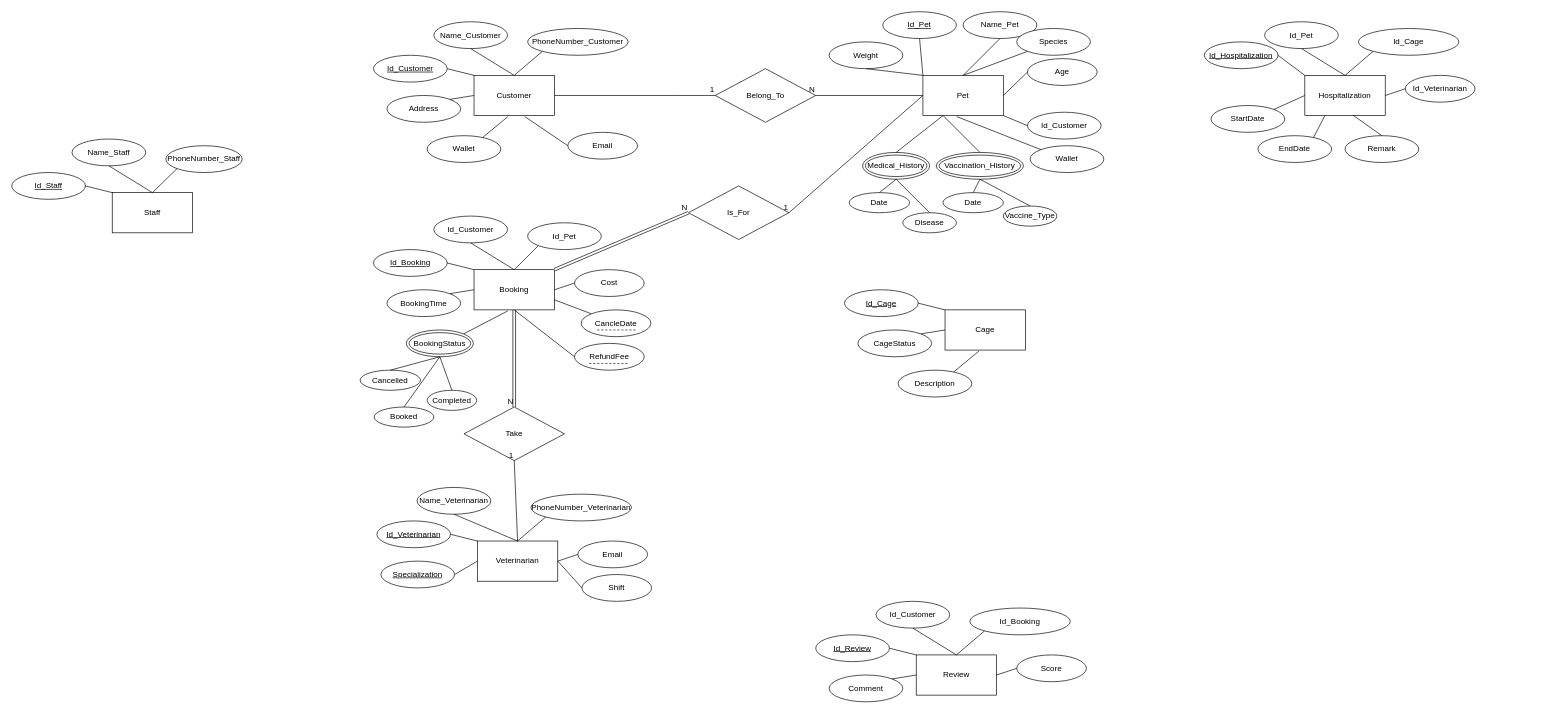
This is ERDOfProject.drawio from haq1904/PetHealthCareSystemProject, a draw.io file, before an edit. Source tidied: cells renumbered, new cells numbered last; positions are measured from the earlier drawing's top-left corner, leaving out a move shared by most shapes. Both pictures are drawn from the tidied source at 67%, with x=0, y=0 at pixel (11, 11).
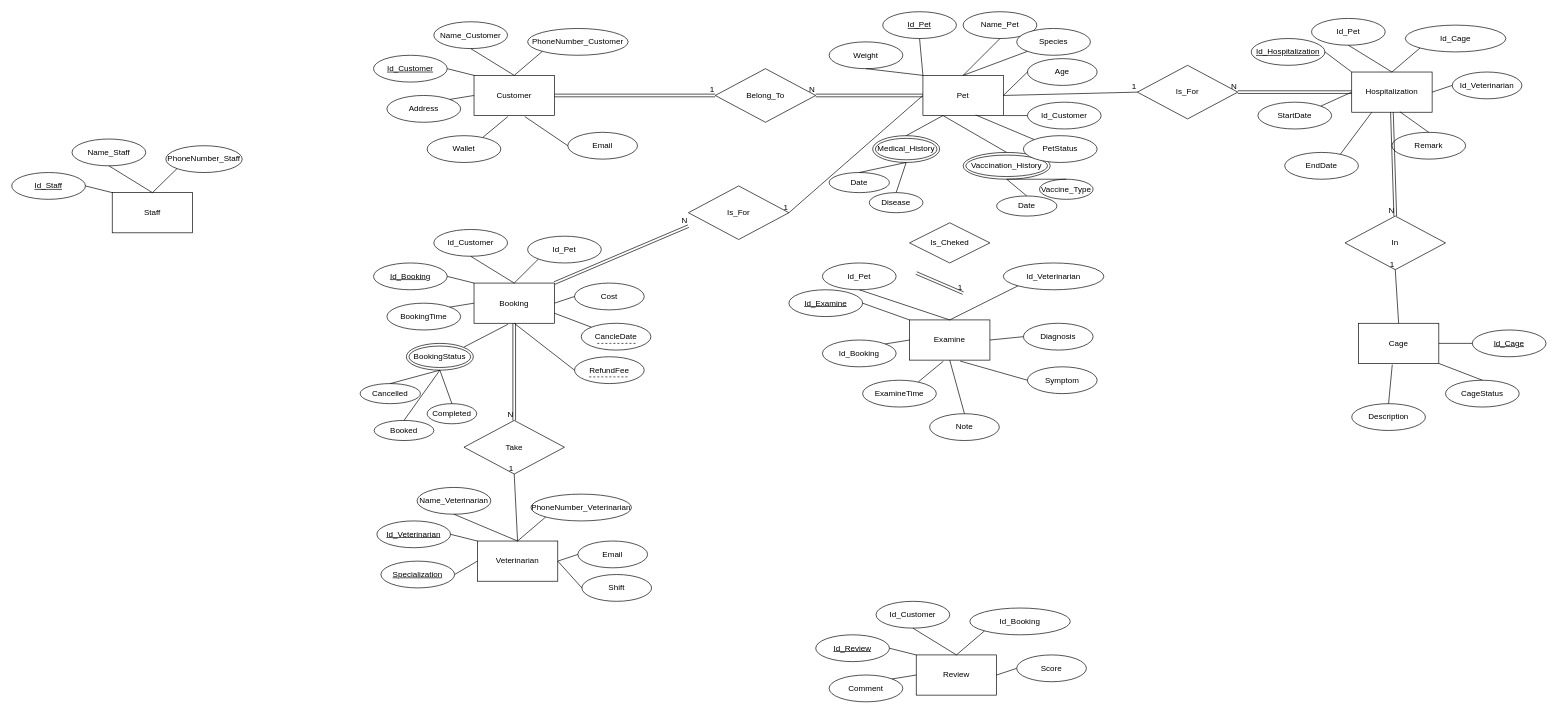
The same diagram, later.

Commit message (it also covers changes not shown here):
Cập nhật ERDOfProject.drawio

Unchanged cells that the change refers to:
```xml
<mxCell id="2" value="Customer" style="rounded=0;whiteSpace=wrap;html=1;" parent="1" vertex="1">
  <mxGeometry x="690" y="95" width="120" height="60" as="geometry" />
</mxCell>
<mxCell id="15" value="Pet" style="rounded=0;whiteSpace=wrap;html=1;" parent="1" vertex="1">
  <mxGeometry x="1360" y="95" width="120" height="60" as="geometry" />
</mxCell>
<mxCell id="120" value="Belong_To" style="rhombus;whiteSpace=wrap;html=1;" parent="1" vertex="1">
  <mxGeometry x="1050" y="85" width="150" height="80" as="geometry" />
</mxCell>
<mxCell id="125" value="Is_For" style="rhombus;whiteSpace=wrap;html=1;" parent="1" vertex="1">
  <mxGeometry x="1010" y="260" width="150" height="80" as="geometry" />
</mxCell>
```

Change to the diagram source:
```diff
@@
-    <mxCell id="21" value="Wallet" style="ellipse;whiteSpace=wrap;html=1;" parent="1" vertex="1">
-      <mxGeometry x="1520" y="200" width="110" height="40" as="geometry" />
-    </mxCell>
@@
-    <mxCell id="27" style="endArrow=none;html=1;rounded=0;entryX=0.421;entryY=1.026;entryDx=0;entryDy=0;entryPerimeter=0;exitX=0;exitY=0;exitDx=0;exitDy=0;" parent="1" edge="1" source="21" target="15">
-      <mxGeometry relative="1" as="geometry" />
-    </mxCell>
     <mxCell id="28" value="Id_Customer" style="ellipse;whiteSpace=wrap;html=1;" parent="1" vertex="1">
-      <mxGeometry x="1516" y="150" width="110" height="40" as="geometry" />
+      <mxGeometry x="1516" y="135" width="110" height="40" as="geometry" />
     </mxCell>
@@
     <mxCell id="30" value="Medical_History" style="ellipse;shape=doubleEllipse;whiteSpace=wrap;html=1;" parent="1" vertex="1">
-      <mxGeometry x="1270" y="210" width="100" height="40" as="geometry" />
+      <mxGeometry x="1285" y="185" width="100" height="40" as="geometry" />
     </mxCell>
     <mxCell id="31" value="Vaccination_History" style="ellipse;shape=doubleEllipse;whiteSpace=wrap;html=1;" parent="1" vertex="1">
-      <mxGeometry x="1380" y="210" width="130" height="40" as="geometry" />
+      <mxGeometry x="1420" y="210" width="130" height="40" as="geometry" />
     </mxCell>
@@
     <mxCell id="34" value="Disease" style="ellipse;whiteSpace=wrap;html=1;" parent="1" vertex="1">
-      <mxGeometry x="1330" y="300" width="80" height="30" as="geometry" />
+      <mxGeometry x="1280" y="270" width="80" height="30" as="geometry" />
     </mxCell>
     <mxCell id="35" value="Date" style="ellipse;whiteSpace=wrap;html=1;" parent="1" vertex="1">
-      <mxGeometry x="1250" y="270" width="90" height="30" as="geometry" />
+      <mxGeometry x="1220" y="240" width="90" height="30" as="geometry" />
     </mxCell>
     <mxCell id="36" value="Vaccine_Type" style="ellipse;whiteSpace=wrap;html=1;" parent="1" vertex="1">
-      <mxGeometry x="1480" y="290" width="80" height="30" as="geometry" />
+      <mxGeometry x="1534" y="250" width="80" height="30" as="geometry" />
     </mxCell>
     <mxCell id="37" value="Date" style="ellipse;whiteSpace=wrap;html=1;" parent="1" vertex="1">
-      <mxGeometry x="1390" y="270" width="90" height="30" as="geometry" />
+      <mxGeometry x="1470" y="275" width="90" height="30" as="geometry" />
     </mxCell>
@@
     <mxCell id="60" value="Booking" style="rounded=0;whiteSpace=wrap;html=1;" parent="1" vertex="1">
-      <mxGeometry x="690" y="385" width="120" height="60" as="geometry" />
+      <mxGeometry x="690" y="405" width="120" height="60" as="geometry" />
     </mxCell>
     <mxCell id="61" value="&lt;u&gt;Id_Booking&lt;/u&gt;" style="ellipse;whiteSpace=wrap;html=1;" parent="1" vertex="1">
-      <mxGeometry x="540" y="355" width="110" height="40" as="geometry" />
+      <mxGeometry x="540" y="375" width="110" height="40" as="geometry" />
     </mxCell>
     <mxCell id="62" value="BookingTime" style="ellipse;whiteSpace=wrap;html=1;" parent="1" vertex="1">
-      <mxGeometry x="560" y="415" width="110" height="40" as="geometry" />
+      <mxGeometry x="560" y="435" width="110" height="40" as="geometry" />
     </mxCell>
     <mxCell id="63" value="Id_Customer" style="ellipse;whiteSpace=wrap;html=1;" parent="1" vertex="1">
-      <mxGeometry x="630" y="305" width="110" height="40" as="geometry" />
+      <mxGeometry x="630" y="325" width="110" height="40" as="geometry" />
     </mxCell>
     <mxCell id="64" value="Id_Pet" style="ellipse;whiteSpace=wrap;html=1;" parent="1" vertex="1">
-      <mxGeometry x="770" y="315" width="110" height="40" as="geometry" />
+      <mxGeometry x="770" y="335" width="110" height="40" as="geometry" />
     </mxCell>
     <mxCell id="65" value="Cost" style="ellipse;whiteSpace=wrap;html=1;" parent="1" vertex="1">
-      <mxGeometry x="840" y="385" width="104" height="40" as="geometry" />
+      <mxGeometry x="840" y="405" width="104" height="40" as="geometry" />
     </mxCell>
@@
     <mxCell id="74" value="BookingStatus" style="ellipse;shape=doubleEllipse;whiteSpace=wrap;html=1;" parent="1" vertex="1">
-      <mxGeometry x="589" y="475" width="100" height="40" as="geometry" />
+      <mxGeometry x="589" y="495" width="100" height="40" as="geometry" />
     </mxCell>
     <mxCell id="75" value="Cancelled" style="ellipse;whiteSpace=wrap;html=1;" parent="1" vertex="1">
-      <mxGeometry x="520" y="535" width="90" height="30" as="geometry" />
+      <mxGeometry x="520" y="555" width="90" height="30" as="geometry" />
     </mxCell>
     <mxCell id="76" value="Booked" style="ellipse;whiteSpace=wrap;html=1;" parent="1" vertex="1">
-      <mxGeometry x="541" y="590" width="89" height="30" as="geometry" />
+      <mxGeometry x="541" y="610" width="89" height="30" as="geometry" />
     </mxCell>
     <mxCell id="77" value="Completed" style="ellipse;whiteSpace=wrap;html=1;" parent="1" vertex="1">
-      <mxGeometry x="620" y="565" width="74" height="30" as="geometry" />
+      <mxGeometry x="620" y="585" width="74" height="30" as="geometry" />
     </mxCell>
@@
     <mxCell id="81" value="CancleDate" style="ellipse;whiteSpace=wrap;html=1;" parent="1" vertex="1">
-      <mxGeometry x="850" y="445" width="104" height="40" as="geometry" />
+      <mxGeometry x="850" y="465" width="104" height="40" as="geometry" />
     </mxCell>
     <mxCell id="82" style="endArrow=none;dashed=1;html=1;rounded=0;" parent="1" edge="1">
       <mxGeometry relative="1" as="geometry">
-        <mxPoint x="874" y="475" as="sourcePoint" />
-        <mxPoint x="934" y="475" as="targetPoint" />
+        <mxPoint x="874" y="495" as="sourcePoint" />
+        <mxPoint x="934" y="495" as="targetPoint" />
         <Array as="points">
-          <mxPoint x="894" y="475" />
+          <mxPoint x="894" y="495" />
         </Array>
       </mxGeometry>
     </mxCell>
@@
     <mxCell id="84" value="RefundFee" style="ellipse;whiteSpace=wrap;html=1;" parent="1" vertex="1">
-      <mxGeometry x="840" y="495" width="104" height="40" as="geometry" />
+      <mxGeometry x="840" y="515" width="104" height="40" as="geometry" />
     </mxCell>
     <mxCell id="85" style="endArrow=none;dashed=1;html=1;rounded=0;" parent="1" edge="1">
       <mxGeometry relative="1" as="geometry">
-        <mxPoint x="862" y="525" as="sourcePoint" />
-        <mxPoint x="922" y="525" as="targetPoint" />
+        <mxPoint x="862" y="545" as="sourcePoint" />
+        <mxPoint x="922" y="545" as="targetPoint" />
         <Array as="points">
-          <mxPoint x="882" y="525" />
+          <mxPoint x="882" y="545" />
         </Array>
       </mxGeometry>
     </mxCell>
@@
     <mxCell id="87" value="Cage" style="rounded=0;whiteSpace=wrap;html=1;" parent="1" vertex="1">
-      <mxGeometry x="1393" y="445" width="120" height="60" as="geometry" />
+      <mxGeometry x="2010" y="465" width="120" height="60" as="geometry" />
     </mxCell>
     <mxCell id="88" value="&lt;u&gt;Id_Cage&lt;/u&gt;" style="ellipse;whiteSpace=wrap;html=1;" parent="1" vertex="1">
-      <mxGeometry x="1243" y="415" width="110" height="40" as="geometry" />
+      <mxGeometry x="2180" y="475" width="110" height="40" as="geometry" />
     </mxCell>
     <mxCell id="89" value="CageStatus" style="ellipse;whiteSpace=wrap;html=1;" parent="1" vertex="1">
-      <mxGeometry x="1263" y="475" width="110" height="40" as="geometry" />
+      <mxGeometry x="2140" y="550" width="110" height="40" as="geometry" />
     </mxCell>
     <mxCell id="90" value="Description" style="ellipse;whiteSpace=wrap;html=1;" parent="1" vertex="1">
-      <mxGeometry x="1323" y="535" width="110" height="40" as="geometry" />
+      <mxGeometry x="2000" y="585" width="110" height="40" as="geometry" />
     </mxCell>
-    <mxCell id="91" style="endArrow=none;html=1;rounded=0;exitX=1;exitY=0.5;exitDx=0;exitDy=0;entryX=0;entryY=0;entryDx=0;entryDy=0;" parent="1" edge="1" source="88" target="87">
+    <mxCell id="91" style="endArrow=none;html=1;rounded=0;entryX=1;entryY=0.5;entryDx=0;entryDy=0;exitX=0;exitY=0.5;exitDx=0;exitDy=0;" parent="1" edge="1" source="88" target="87">
       <mxGeometry relative="1" as="geometry" />
     </mxCell>
-    <mxCell id="92" style="endArrow=none;html=1;rounded=0;exitX=1;exitY=0;exitDx=0;exitDy=0;entryX=0;entryY=0.5;entryDx=0;entryDy=0;" parent="1" edge="1" source="89" target="87">
+    <mxCell id="92" style="endArrow=none;html=1;rounded=0;exitX=0.5;exitY=0;exitDx=0;exitDy=0;entryX=1;entryY=1;entryDx=0;entryDy=0;" parent="1" edge="1" source="89" target="87">
       <mxGeometry relative="1" as="geometry" />
     </mxCell>
-    <mxCell id="93" style="endArrow=none;html=1;rounded=0;entryX=0.421;entryY=1.026;entryDx=0;entryDy=0;entryPerimeter=0;exitX=0.756;exitY=0.062;exitDx=0;exitDy=0;exitPerimeter=0;" parent="1" edge="1" source="90" target="87">
+    <mxCell id="93" style="endArrow=none;html=1;rounded=0;entryX=0.421;entryY=1.026;entryDx=0;entryDy=0;entryPerimeter=0;exitX=0.5;exitY=0;exitDx=0;exitDy=0;" parent="1" edge="1" source="90" target="87">
       <mxGeometry relative="1" as="geometry" />
     </mxCell>
     <mxCell id="94" value="Hospitalization" style="rounded=0;whiteSpace=wrap;html=1;" parent="1" vertex="1">
-      <mxGeometry x="1930" y="95" width="120" height="60" as="geometry" />
+      <mxGeometry x="2000" y="90" width="120" height="60" as="geometry" />
     </mxCell>
     <mxCell id="95" value="&lt;u&gt;Id_Hospitalization&lt;/u&gt;" style="ellipse;whiteSpace=wrap;html=1;" parent="1" vertex="1">
-      <mxGeometry x="1780" y="45" width="110" height="40" as="geometry" />
+      <mxGeometry x="1850" y="40" width="110" height="40" as="geometry" />
     </mxCell>
     <mxCell id="96" value="StartDate" style="ellipse;whiteSpace=wrap;html=1;" parent="1" vertex="1">
-      <mxGeometry x="1790" y="140" width="110" height="40" as="geometry" />
+      <mxGeometry x="1860" y="135" width="110" height="40" as="geometry" />
     </mxCell>
     <mxCell id="97" value="Id_Pet" style="ellipse;whiteSpace=wrap;html=1;" parent="1" vertex="1">
-      <mxGeometry x="1870" y="15" width="110" height="40" as="geometry" />
+      <mxGeometry x="1940" y="10" width="110" height="40" as="geometry" />
     </mxCell>
     <mxCell id="98" value="Id_Cage" style="ellipse;whiteSpace=wrap;html=1;" parent="1" vertex="1">
-      <mxGeometry x="2010" y="25" width="150" height="40" as="geometry" />
+      <mxGeometry x="2080" y="20" width="150" height="40" as="geometry" />
     </mxCell>
     <mxCell id="99" value="Id_Veterinarian" style="ellipse;whiteSpace=wrap;html=1;" parent="1" vertex="1">
-      <mxGeometry x="2080" y="95" width="104" height="40" as="geometry" />
+      <mxGeometry x="2150" y="90" width="104" height="40" as="geometry" />
     </mxCell>
     <mxCell id="100" value="EndDate" style="ellipse;whiteSpace=wrap;html=1;" parent="1" vertex="1">
-      <mxGeometry x="1860" y="185" width="110" height="40" as="geometry" />
+      <mxGeometry x="1900" y="210" width="110" height="40" as="geometry" />
     </mxCell>
@@
     <mxCell id="107" value="Remark" style="ellipse;whiteSpace=wrap;html=1;" parent="1" vertex="1">
-      <mxGeometry x="1990" y="185" width="110" height="40" as="geometry" />
+      <mxGeometry x="2060" y="180" width="110" height="40" as="geometry" />
     </mxCell>
@@
-    <mxCell id="121" style="endArrow=none;html=1;rounded=0;exitX=1;exitY=0.5;exitDx=0;exitDy=0;entryX=0;entryY=0.5;entryDx=0;entryDy=0;" parent="1" edge="1" source="2" target="120">
-      <mxGeometry relative="1" as="geometry">
-        <Array as="points">
-          <mxPoint x="990" y="125" />
-        </Array>
-      </mxGeometry>
-    </mxCell>
-    <mxCell id="122" value="1" style="html=1;whiteSpace=wrap;align=right;verticalAlign=bottom;" parent="121" vertex="1">
-      <mxGeometry x="1" relative="1" as="geometry" />
-    </mxCell>
-    <mxCell id="123" style="endArrow=none;html=1;rounded=0;entryX=1;entryY=0.5;entryDx=0;entryDy=0;exitX=0;exitY=0.5;exitDx=0;exitDy=0;" parent="1" edge="1" source="15" target="120">
-      <mxGeometry relative="1" as="geometry" />
-    </mxCell>
-    <mxCell id="124" value="N" style="html=1;whiteSpace=wrap;align=right;verticalAlign=bottom;" parent="123" vertex="1">
-      <mxGeometry x="1" relative="1" as="geometry" />
-    </mxCell>
@@
     <mxCell id="128" value="Take" style="rhombus;whiteSpace=wrap;html=1;" parent="1" vertex="1">
-      <mxGeometry x="675" y="590" width="150" height="80" as="geometry" />
+      <mxGeometry x="675" y="610" width="150" height="80" as="geometry" />
     </mxCell>
@@
-    <mxCell id="131" style="shape=link;html=1;rounded=0;exitX=1;exitY=0;exitDx=0;exitDy=0;entryX=0;entryY=0.5;entryDx=0;entryDy=0;" parent="1" edge="1" source="60" target="125">
-      <mxGeometry relative="1" as="geometry" />
+    <mxCell id="131" style="shape=link;html=1;rounded=0;exitX=1;exitY=0;exitDx=0;exitDy=0;entryX=0;entryY=0.5;entryDx=0;entryDy=0;" parent="1" edge="1" source="60">
+      <mxGeometry relative="1" as="geometry">
+        <mxPoint x="1010" y="320" as="targetPoint" />
+      </mxGeometry>
     </mxCell>
@@
+    <mxCell id="121" style="shape=link;html=1;rounded=0;exitX=1;exitY=0.5;exitDx=0;exitDy=0;entryX=0;entryY=0.5;entryDx=0;entryDy=0;" parent="1" edge="1" source="2" target="120">
+      <mxGeometry relative="1" as="geometry" />
+    </mxCell>
+    <mxCell id="135" value="1" style="html=1;whiteSpace=wrap;align=right;verticalAlign=bottom;" parent="121" vertex="1">
+      <mxGeometry x="1" relative="1" as="geometry" />
+    </mxCell>
+    <mxCell id="123" style="shape=link;html=1;rounded=0;entryX=1;entryY=0.5;entryDx=0;entryDy=0;exitX=0;exitY=0.5;exitDx=0;exitDy=0;" parent="1" edge="1" source="15" target="120">
+      <mxGeometry relative="1" as="geometry" />
+    </mxCell>
+    <mxCell id="136" value="N" style="html=1;whiteSpace=wrap;align=right;verticalAlign=bottom;" parent="123" vertex="1">
+      <mxGeometry x="1" relative="1" as="geometry" />
+    </mxCell>
+    <mxCell id="137" value="Is_For" style="rhombus;whiteSpace=wrap;html=1;" parent="1" vertex="1">
+      <mxGeometry x="1680" y="80" width="150" height="80" as="geometry" />
+    </mxCell>
+    <mxCell id="138" style="shape=link;html=1;rounded=0;entryX=1;entryY=0.5;entryDx=0;entryDy=0;exitX=0;exitY=0.5;exitDx=0;exitDy=0;" parent="1" edge="1" source="94" target="137">
+      <mxGeometry relative="1" as="geometry" />
+    </mxCell>
+    <mxCell id="139" value="N" style="html=1;whiteSpace=wrap;align=right;verticalAlign=bottom;" parent="138" vertex="1">
+      <mxGeometry x="1" relative="1" as="geometry" />
+    </mxCell>
+    <mxCell id="140" style="endArrow=none;html=1;rounded=0;exitX=1;exitY=0.5;exitDx=0;exitDy=0;entryX=0;entryY=0.5;entryDx=0;entryDy=0;" parent="1" edge="1" source="15" target="137">
+      <mxGeometry relative="1" as="geometry" />
+    </mxCell>
+    <mxCell id="141" value="1" style="html=1;whiteSpace=wrap;align=right;verticalAlign=bottom;" parent="140" vertex="1">
+      <mxGeometry x="1" relative="1" as="geometry" />
+    </mxCell>
+    <mxCell id="142" value="In" style="rhombus;whiteSpace=wrap;html=1;" parent="1" vertex="1">
+      <mxGeometry x="1990" y="305" width="150" height="80" as="geometry" />
+    </mxCell>
+    <mxCell id="143" value="PetStatus" style="ellipse;whiteSpace=wrap;html=1;" parent="1" vertex="1">
+      <mxGeometry x="1510" y="185" width="110" height="40" as="geometry" />
+    </mxCell>
+    <mxCell id="144" style="endArrow=none;html=1;rounded=0;entryX=0.657;entryY=0.986;entryDx=0;entryDy=0;exitX=0;exitY=0;exitDx=0;exitDy=0;entryPerimeter=0;" parent="1" edge="1" source="143" target="15">
+      <mxGeometry relative="1" as="geometry" />
+    </mxCell>
+    <mxCell id="145" style="endArrow=none;html=1;rounded=0;entryX=0.5;entryY=1;entryDx=0;entryDy=0;exitX=0.5;exitY=0;exitDx=0;exitDy=0;" parent="1" edge="1" source="87" target="142">
+      <mxGeometry relative="1" as="geometry" />
+    </mxCell>
+    <mxCell id="146" value="1" style="html=1;whiteSpace=wrap;align=right;verticalAlign=bottom;" parent="145" vertex="1">
+      <mxGeometry x="1" relative="1" as="geometry" />
+    </mxCell>
+    <mxCell id="147" style="shape=link;html=1;rounded=0;entryX=0.5;entryY=0;entryDx=0;entryDy=0;exitX=0.5;exitY=1;exitDx=0;exitDy=0;" parent="1" edge="1" source="94" target="142">
+      <mxGeometry relative="1" as="geometry" />
+    </mxCell>
+    <mxCell id="148" value="N" style="html=1;whiteSpace=wrap;align=right;verticalAlign=bottom;" parent="147" vertex="1">
+      <mxGeometry x="1" relative="1" as="geometry" />
+    </mxCell>
+    <mxCell id="149" value="Examine" style="rounded=0;whiteSpace=wrap;html=1;" parent="1" vertex="1">
+      <mxGeometry x="1340" y="460" width="120" height="60" as="geometry" />
+    </mxCell>
+    <mxCell id="150" value="&lt;u&gt;Id_Examine&lt;/u&gt;" style="ellipse;whiteSpace=wrap;html=1;" parent="1" vertex="1">
+      <mxGeometry x="1160" y="415" width="110" height="40" as="geometry" />
+    </mxCell>
+    <mxCell id="151" value="Id_Booking" style="ellipse;whiteSpace=wrap;html=1;" parent="1" vertex="1">
+      <mxGeometry x="1210" y="490" width="110" height="40" as="geometry" />
+    </mxCell>
+    <mxCell id="152" value="Id_Pet" style="ellipse;whiteSpace=wrap;html=1;" parent="1" vertex="1">
+      <mxGeometry x="1210" y="375" width="110" height="40" as="geometry" />
+    </mxCell>
+    <mxCell id="153" value="Id_Veterinarian" style="ellipse;whiteSpace=wrap;html=1;" parent="1" vertex="1">
+      <mxGeometry x="1480" y="375" width="150" height="40" as="geometry" />
+    </mxCell>
+    <mxCell id="154" value="Symptom" style="ellipse;whiteSpace=wrap;html=1;" parent="1" vertex="1">
+      <mxGeometry x="1516" y="530" width="104" height="40" as="geometry" />
+    </mxCell>
+    <mxCell id="155" value="ExamineTime" style="ellipse;whiteSpace=wrap;html=1;" parent="1" vertex="1">
+      <mxGeometry x="1270" y="550" width="110" height="40" as="geometry" />
+    </mxCell>
+    <mxCell id="156" style="endArrow=none;html=1;rounded=0;exitX=0.5;exitY=0;exitDx=0;exitDy=0;entryX=0;entryY=1;entryDx=0;entryDy=0;" parent="1" edge="1" source="149" target="153">
+      <mxGeometry relative="1" as="geometry" />
+    </mxCell>
+    <mxCell id="157" style="endArrow=none;html=1;rounded=0;exitX=0.5;exitY=1;exitDx=0;exitDy=0;entryX=0.5;entryY=0;entryDx=0;entryDy=0;" parent="1" edge="1" source="152" target="149">
+      <mxGeometry relative="1" as="geometry" />
+    </mxCell>
+    <mxCell id="158" style="endArrow=none;html=1;rounded=0;entryX=0.631;entryY=1.024;entryDx=0;entryDy=0;exitX=0;exitY=0.5;exitDx=0;exitDy=0;entryPerimeter=0;" parent="1" edge="1" source="154" target="149">
+      <mxGeometry relative="1" as="geometry" />
+    </mxCell>
+    <mxCell id="159" style="endArrow=none;html=1;rounded=0;exitX=1;exitY=0.5;exitDx=0;exitDy=0;entryX=0;entryY=0;entryDx=0;entryDy=0;" parent="1" edge="1" source="150" target="149">
+      <mxGeometry relative="1" as="geometry" />
+    </mxCell>
+    <mxCell id="160" style="endArrow=none;html=1;rounded=0;exitX=1;exitY=0;exitDx=0;exitDy=0;entryX=0;entryY=0.5;entryDx=0;entryDy=0;" parent="1" edge="1" source="151" target="149">
+      <mxGeometry relative="1" as="geometry" />
+    </mxCell>
+    <mxCell id="161" style="endArrow=none;html=1;rounded=0;entryX=0.421;entryY=1.026;entryDx=0;entryDy=0;entryPerimeter=0;exitX=0.756;exitY=0.062;exitDx=0;exitDy=0;exitPerimeter=0;" parent="1" edge="1" source="155" target="149">
+      <mxGeometry relative="1" as="geometry" />
+    </mxCell>
+    <mxCell id="162" value="Diagnosis" style="ellipse;whiteSpace=wrap;html=1;" parent="1" vertex="1">
+      <mxGeometry x="1510" y="465" width="104" height="40" as="geometry" />
+    </mxCell>
+    <mxCell id="163" style="endArrow=none;html=1;rounded=0;exitX=1;exitY=0.5;exitDx=0;exitDy=0;entryX=0;entryY=0.5;entryDx=0;entryDy=0;" parent="1" edge="1" source="149" target="162">
+      <mxGeometry relative="1" as="geometry" />
+    </mxCell>
+    <mxCell id="164" value="Note" style="ellipse;whiteSpace=wrap;html=1;" parent="1" vertex="1">
+      <mxGeometry x="1370" y="600" width="104" height="40" as="geometry" />
+    </mxCell>
+    <mxCell id="165" style="endArrow=none;html=1;rounded=0;entryX=0.5;entryY=1;entryDx=0;entryDy=0;exitX=0.5;exitY=0;exitDx=0;exitDy=0;" parent="1" edge="1" source="164" target="149">
+      <mxGeometry relative="1" as="geometry" />
+    </mxCell>
+    <mxCell id="166" value="Is_Cheked" style="shape=rhombus;perimeter=rhombusPerimeter;whiteSpace=wrap;html=1;align=center;" parent="1" vertex="1">
+      <mxGeometry x="1340" y="315" width="120" height="60" as="geometry" />
+    </mxCell>
+    <mxCell id="167" style="shape=link;html=1;rounded=0;" parent="1" edge="1">
+      <mxGeometry relative="1" as="geometry">
+        <mxPoint x="1350" y="390" as="sourcePoint" />
+        <mxPoint x="1420" y="420" as="targetPoint" />
+      </mxGeometry>
+    </mxCell>
+    <mxCell id="168" value="1" style="html=1;whiteSpace=wrap;align=right;verticalAlign=bottom;" parent="167" vertex="1">
+      <mxGeometry x="1" relative="1" as="geometry" />
+    </mxCell>
```
